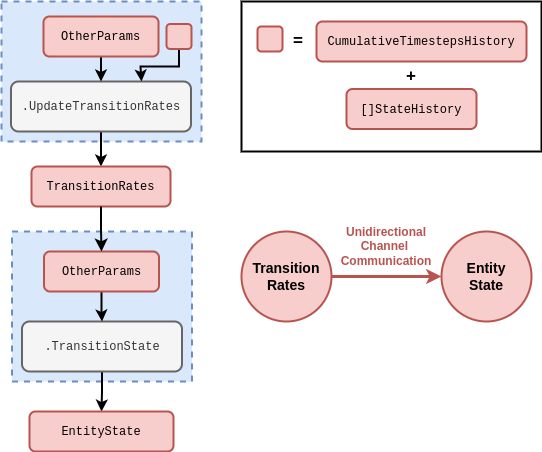
Above: assets/dexetera/dexetera-simple-state-partition-graph.drawio.png in umbralcalc/umbralcalc.github.io (draw.io), before the change. Source tidied: cells renumbered, new cells last; positions are measured from the earlier drawing's top-left corner, leaving out a move shared by most shapes.
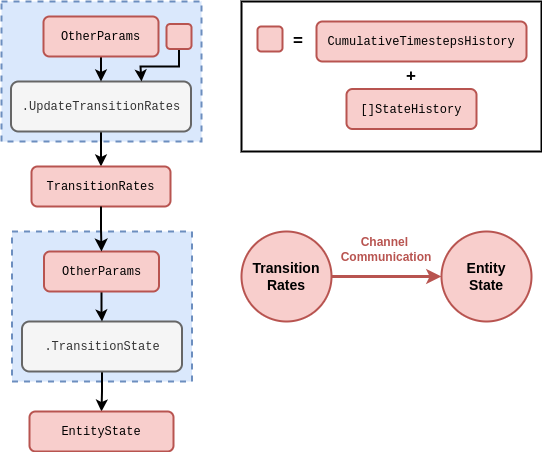
After the change.

What changed in the source:
```diff
@@ -81,8 +81,8 @@
     <mxCell id="25" value="&lt;span style=&quot;font-size: 14px;&quot;&gt;&lt;b&gt;Entity&lt;/b&gt;&lt;/span&gt;&lt;br&gt;&lt;div&gt;&lt;span style=&quot;font-size: 14px;&quot;&gt;&lt;b&gt;State&lt;/b&gt;&lt;/span&gt;&lt;/div&gt;" style="ellipse;whiteSpace=wrap;html=1;fillColor=#f8cecc;strokeColor=#b85450;strokeWidth=2;" parent="1" vertex="1">
       <mxGeometry x="440" y="230" width="90" height="90" as="geometry" />
     </mxCell>
-    <mxCell id="26" value="&lt;div&gt;&lt;font color=&quot;#b85450&quot;&gt;&lt;b&gt;Unidirectional&lt;br&gt;&lt;/b&gt;&lt;/font&gt;&lt;div&gt;&lt;b&gt;&lt;font color=&quot;#b85450&quot;&gt;Channel&amp;nbsp;&lt;/font&gt;&lt;/b&gt;&lt;/div&gt;&lt;div&gt;&lt;b&gt;&lt;font color=&quot;#b85450&quot;&gt;Communication&lt;/font&gt;&lt;/b&gt;&lt;/div&gt;&lt;/div&gt;" style="text;html=1;align=center;verticalAlign=middle;whiteSpace=wrap;rounded=0;" parent="1" vertex="1">
-      <mxGeometry x="311" y="230" width="148" height="30" as="geometry" />
+    <mxCell id="26" value="&lt;div&gt;&lt;div&gt;&lt;b&gt;&lt;font color=&quot;#b85450&quot;&gt;Channel&amp;nbsp;&lt;/font&gt;&lt;/b&gt;&lt;/div&gt;&lt;div&gt;&lt;b&gt;&lt;font color=&quot;#b85450&quot;&gt;Communication&lt;/font&gt;&lt;/b&gt;&lt;/div&gt;&lt;/div&gt;" style="text;html=1;align=center;verticalAlign=middle;whiteSpace=wrap;rounded=0;" parent="1" vertex="1">
+      <mxGeometry x="311" y="233" width="148" height="30" as="geometry" />
     </mxCell>
   </root>
 </mxGraphModel>
```
